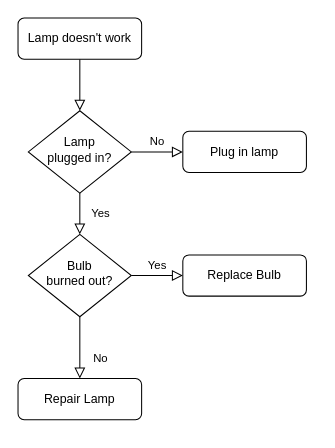
Above: 拉黑.drawio in dymasun/jwt-go (draw.io), before the change. Source tidied: cells renumbered, new cells numbered last; positions are measured from the earlier drawing's top-left corner, leaving out a move shared by most shapes. Both pictures are drawn from the tidied source at 103%, with x=0, y=0 at pixel (18, 18).
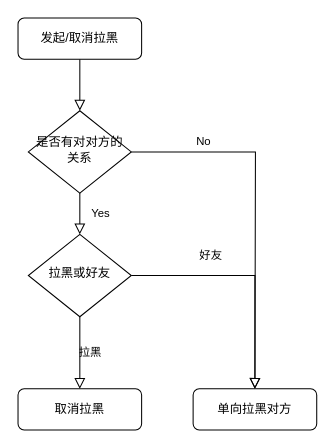
Above is the later version.

The edit, as a diff of the source:
```diff
@@
 <mxGraphModel>
   <root>
     <mxCell id="0" />
     <mxCell id="1" parent="0" />
     <mxCell id="2" style="rounded=0;html=1;jettySize=auto;fontSize=11;endArrow=block;endFill=0;endSize=8;strokeWidth=1;shadow=0;labelBackgroundColor=none;edgeStyle=orthogonalEdgeStyle;" parent="1" edge="1" source="3" target="6">
       <mxGeometry relative="1" as="geometry" />
     </mxCell>
-    <mxCell id="3" value="Lamp doesn't work" style="rounded=1;whiteSpace=wrap;html=1;fontSize=12;glass=0;strokeWidth=1;shadow=0;" parent="1" vertex="1">
+    <mxCell id="3" value="发起/取消拉黑" style="rounded=1;whiteSpace=wrap;html=1;fontSize=12;glass=0;strokeWidth=1;shadow=0;" parent="1" vertex="1">
       <mxGeometry width="120" height="40" as="geometry" />
     </mxCell>
     <mxCell id="4" value="Yes" style="rounded=0;html=1;jettySize=auto;fontSize=11;endArrow=block;endFill=0;endSize=8;strokeWidth=1;shadow=0;labelBackgroundColor=none;edgeStyle=orthogonalEdgeStyle;" parent="1" edge="1" source="6" target="10">
       <mxGeometry y="20" relative="1" as="geometry" />
     </mxCell>
-    <mxCell id="5" value="No" style="edgeStyle=orthogonalEdgeStyle;rounded=0;html=1;jettySize=auto;fontSize=11;endArrow=block;endFill=0;endSize=8;strokeWidth=1;shadow=0;labelBackgroundColor=none;" parent="1" edge="1" source="6" target="7">
-      <mxGeometry y="10" relative="1" as="geometry" />
+    <mxCell id="5" value="No" style="edgeStyle=orthogonalEdgeStyle;rounded=0;html=1;jettySize=auto;fontSize=11;endArrow=block;endFill=0;endSize=8;strokeWidth=1;shadow=0;labelBackgroundColor=none;" parent="1" edge="1" source="6">
+      <mxGeometry x="-0.6" y="10" relative="1" as="geometry">
+        <mxPoint x="230" y="360" as="targetPoint" />
+      </mxGeometry>
     </mxCell>
-    <mxCell id="6" value="Lamp&lt;br&gt;plugged in?" style="rhombus;whiteSpace=wrap;html=1;shadow=0;fontFamily=Helvetica;fontSize=12;align=center;strokeWidth=1;spacing=6;spacingTop=-4;" parent="1" vertex="1">
+    <mxCell id="6" value="是否有对对方的关系" style="rhombus;whiteSpace=wrap;html=1;shadow=0;fontFamily=Helvetica;fontSize=12;align=center;strokeWidth=1;spacing=6;spacingTop=-4;" parent="1" vertex="1">
       <mxGeometry x="10" y="90" width="100" height="80" as="geometry" />
     </mxCell>
-    <mxCell id="7" value="Plug in lamp" style="rounded=1;whiteSpace=wrap;html=1;fontSize=12;glass=0;strokeWidth=1;shadow=0;" parent="1" vertex="1">
-      <mxGeometry x="160" y="110" width="120" height="40" as="geometry" />
-    </mxCell>
-    <mxCell id="8" value="No" style="rounded=0;html=1;jettySize=auto;fontSize=11;endArrow=block;endFill=0;endSize=8;strokeWidth=1;shadow=0;labelBackgroundColor=none;edgeStyle=orthogonalEdgeStyle;" parent="1" edge="1" source="10" target="11">
-      <mxGeometry x="0.33" y="20" relative="1" as="geometry" />
+    <mxCell id="8" value="好友" style="rounded=0;html=1;jettySize=auto;fontSize=11;endArrow=block;endFill=0;endSize=8;strokeWidth=1;shadow=0;labelBackgroundColor=none;edgeStyle=orthogonalEdgeStyle;" parent="1" edge="1" source="10" target="11">
+      <mxGeometry x="-0.33" y="20" relative="1" as="geometry" />
     </mxCell>
-    <mxCell id="9" value="Yes" style="edgeStyle=orthogonalEdgeStyle;rounded=0;html=1;jettySize=auto;fontSize=11;endArrow=block;endFill=0;endSize=8;strokeWidth=1;shadow=0;labelBackgroundColor=none;" parent="1" edge="1" source="10" target="12">
+    <mxCell id="9" value="拉黑" style="edgeStyle=orthogonalEdgeStyle;rounded=0;html=1;jettySize=auto;fontSize=11;endArrow=block;endFill=0;endSize=8;strokeWidth=1;shadow=0;labelBackgroundColor=none;" parent="1" edge="1" source="10" target="12">
       <mxGeometry y="10" relative="1" as="geometry" />
     </mxCell>
-    <mxCell id="10" value="Bulb&lt;br&gt;burned out?" style="rhombus;whiteSpace=wrap;html=1;shadow=0;fontFamily=Helvetica;fontSize=12;align=center;strokeWidth=1;spacing=6;spacingTop=-4;" parent="1" vertex="1">
+    <mxCell id="10" value="拉黑或好友" style="rhombus;whiteSpace=wrap;html=1;shadow=0;fontFamily=Helvetica;fontSize=12;align=center;strokeWidth=1;spacing=6;spacingTop=-4;" parent="1" vertex="1">
       <mxGeometry x="10" y="210" width="100" height="80" as="geometry" />
     </mxCell>
-    <mxCell id="11" value="Repair Lamp" style="rounded=1;whiteSpace=wrap;html=1;fontSize=12;glass=0;strokeWidth=1;shadow=0;" parent="1" vertex="1">
-      <mxGeometry y="350" width="120" height="40" as="geometry" />
+    <mxCell id="11" value="单向拉黑对方" style="rounded=1;whiteSpace=wrap;html=1;fontSize=12;glass=0;strokeWidth=1;shadow=0;" parent="1" vertex="1">
+      <mxGeometry x="170" y="360" width="120" height="40" as="geometry" />
     </mxCell>
-    <mxCell id="12" value="Replace Bulb" style="rounded=1;whiteSpace=wrap;html=1;fontSize=12;glass=0;strokeWidth=1;shadow=0;" parent="1" vertex="1">
-      <mxGeometry x="160" y="230" width="120" height="40" as="geometry" />
+    <mxCell id="12" value="取消拉黑" style="rounded=1;whiteSpace=wrap;html=1;fontSize=12;glass=0;strokeWidth=1;shadow=0;" parent="1" vertex="1">
+      <mxGeometry y="360" width="120" height="40" as="geometry" />
     </mxCell>
   </root>
 </mxGraphModel>
```
